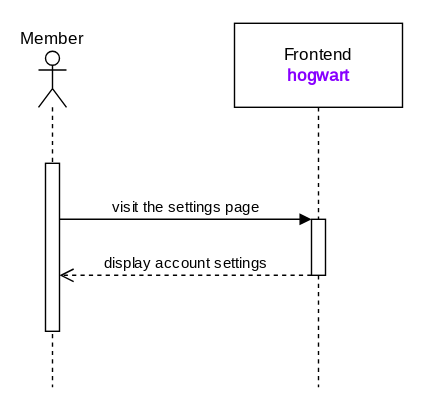
The draw.io diagram documentation/course/e2/images/sequence-diagram-jobberknoll-settings.drawio.svg in PWR-ACS-SE-24/SoftwareSystemDesign, before a commit. Source tidied: cells renumbered, new cells last; positions are measured from the earlier drawing's top-left corner, leaving out a move shared by most shapes. Source of this version:
```xml
<mxGraphModel>
  <root>
    <mxCell id="0" />
    <mxCell id="1" parent="0" />
    <mxCell id="2" value="&lt;div&gt;Frontend&lt;/div&gt;&lt;div&gt;&lt;b&gt;&lt;font color=&quot;#8800ff&quot;&gt;hogwart&lt;/font&gt;&lt;/b&gt;&lt;br&gt;&lt;/div&gt;" style="shape=umlLifeline;perimeter=lifelinePerimeter;whiteSpace=wrap;html=1;newEdgeStyle={&quot;curved&quot;:0,&quot;rounded&quot;:0};size=60;fontFamily=JetBrains Mono;fontSource=https%3A%2F%2Ffonts.googleapis.com%2Fcss%3Ffamily%3DJetBrains%2BMono;" parent="1" vertex="1">
      <mxGeometry x="140" width="120" height="260" as="geometry" />
    </mxCell>
    <mxCell id="3" style="html=1;points=[[0,0,0,0,5],[0,1,0,0,-5],[1,0,0,0,5],[1,1,0,0,-5]];perimeter=orthogonalPerimeter;outlineConnect=0;targetShapes=umlLifeline;portConstraint=eastwest;newEdgeStyle={&quot;curved&quot;:0,&quot;rounded&quot;:0};fontFamily=JetBrains Mono;fontSource=https%3A%2F%2Ffonts.googleapis.com%2Fcss%3Ffamily%3DJetBrains%2BMono;" parent="2" vertex="1">
      <mxGeometry x="55" y="140" width="10" height="40" as="geometry" />
    </mxCell>
    <mxCell id="4" value="Member" style="shape=umlLifeline;perimeter=lifelinePerimeter;whiteSpace=wrap;html=1;newEdgeStyle={&quot;curved&quot;:0,&quot;rounded&quot;:0};participant=umlActor;labelPosition=center;verticalLabelPosition=top;align=center;verticalAlign=bottom;fontFamily=JetBrains Mono;fontSource=https%3A%2F%2Ffonts.googleapis.com%2Fcss%3Ffamily%3DJetBrains%2BMono;" parent="1" vertex="1">
      <mxGeometry y="20" width="20" height="240" as="geometry" />
    </mxCell>
    <mxCell id="5" style="html=1;points=[[0,0,0,0,5],[0,1,0,0,-5],[1,0,0,0,5],[1,1,0,0,-5]];perimeter=orthogonalPerimeter;outlineConnect=0;targetShapes=umlLifeline;portConstraint=eastwest;newEdgeStyle={&quot;curved&quot;:0,&quot;rounded&quot;:0};fontFamily=JetBrains Mono;fontSource=https%3A%2F%2Ffonts.googleapis.com%2Fcss%3Ffamily%3DJetBrains%2BMono;" parent="4" vertex="1">
      <mxGeometry x="5" y="80" width="10" height="120" as="geometry" />
    </mxCell>
    <mxCell id="6" value="visit the settings page" style="html=1;verticalAlign=bottom;endArrow=block;curved=0;rounded=0;fontFamily=JetBrains Mono;fontSource=https%3A%2F%2Ffonts.googleapis.com%2Fcss%3Ffamily%3DJetBrains%2BMono;" parent="1" edge="1" source="5" target="3">
      <mxGeometry relative="1" as="geometry">
        <Array as="points">
          <mxPoint x="120" y="140" />
        </Array>
      </mxGeometry>
    </mxCell>
    <mxCell id="7" value="display account settings" style="html=1;verticalAlign=bottom;endArrow=open;dashed=1;endSize=8;curved=0;rounded=0;fontFamily=JetBrains Mono;fontSource=https%3A%2F%2Ffonts.googleapis.com%2Fcss%3Ffamily%3DJetBrains%2BMono;" parent="1" edge="1" source="3" target="5">
      <mxGeometry relative="1" as="geometry">
        <Array as="points">
          <mxPoint x="110" y="180" />
        </Array>
      </mxGeometry>
    </mxCell>
  </root>
</mxGraphModel>
```
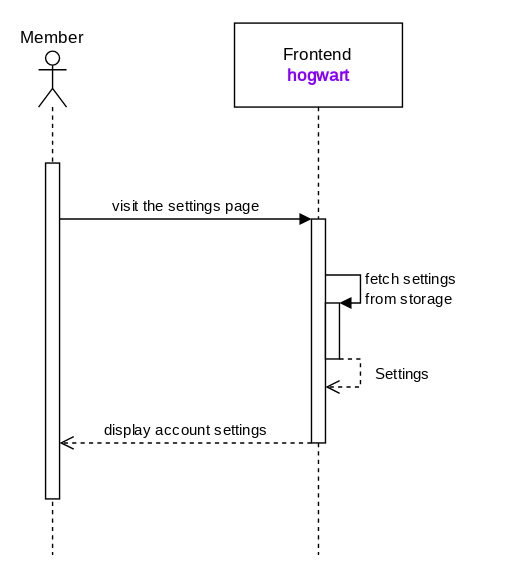
Later version of the same file.

What changed in the source:
```diff
@@ -3,16 +3,36 @@
     <mxCell id="0" />
     <mxCell id="1" parent="0" />
     <mxCell id="2" value="&lt;div&gt;Frontend&lt;/div&gt;&lt;div&gt;&lt;b&gt;&lt;font color=&quot;#8800ff&quot;&gt;hogwart&lt;/font&gt;&lt;/b&gt;&lt;br&gt;&lt;/div&gt;" style="shape=umlLifeline;perimeter=lifelinePerimeter;whiteSpace=wrap;html=1;newEdgeStyle={&quot;curved&quot;:0,&quot;rounded&quot;:0};size=60;fontFamily=JetBrains Mono;fontSource=https%3A%2F%2Ffonts.googleapis.com%2Fcss%3Ffamily%3DJetBrains%2BMono;" parent="1" vertex="1">
-      <mxGeometry x="140" width="120" height="260" as="geometry" />
+      <mxGeometry x="140" width="120" height="380" as="geometry" />
     </mxCell>
     <mxCell id="3" style="html=1;points=[[0,0,0,0,5],[0,1,0,0,-5],[1,0,0,0,5],[1,1,0,0,-5]];perimeter=orthogonalPerimeter;outlineConnect=0;targetShapes=umlLifeline;portConstraint=eastwest;newEdgeStyle={&quot;curved&quot;:0,&quot;rounded&quot;:0};fontFamily=JetBrains Mono;fontSource=https%3A%2F%2Ffonts.googleapis.com%2Fcss%3Ffamily%3DJetBrains%2BMono;" parent="2" vertex="1">
-      <mxGeometry x="55" y="140" width="10" height="40" as="geometry" />
+      <mxGeometry x="55" y="140" width="10" height="160" as="geometry" />
     </mxCell>
+    <mxCell id="8" style="html=1;points=[[0,0,0,0,5],[0,1,0,0,-5],[1,0,0,0,5],[1,1,0,0,-5]];perimeter=orthogonalPerimeter;outlineConnect=0;targetShapes=umlLifeline;portConstraint=eastwest;newEdgeStyle={&quot;curved&quot;:0,&quot;rounded&quot;:0};fontFamily=JetBrains Mono;fontSource=https%3A%2F%2Ffonts.googleapis.com%2Fcss%3Ffamily%3DJetBrains%2BMono;" parent="2" vertex="1">
+      <mxGeometry x="65" y="200" width="10" height="40" as="geometry" />
+    </mxCell>
+    <mxCell id="9" value="&lt;div&gt;fetch settings&lt;/div&gt;&lt;div&gt;from storage&lt;br&gt;&lt;/div&gt;" style="html=1;align=left;spacingLeft=2;endArrow=block;rounded=0;edgeStyle=orthogonalEdgeStyle;curved=0;rounded=0;fontFamily=JetBrains Mono;fontSource=https%3A%2F%2Ffonts.googleapis.com%2Fcss%3Ffamily%3DJetBrains%2BMono;" parent="2" edge="1" source="3" target="8">
+      <mxGeometry x="0.17" relative="1" as="geometry">
+        <Array as="points">
+          <mxPoint x="90" y="180" />
+          <mxPoint x="90" y="200" />
+        </Array>
+      </mxGeometry>
+    </mxCell>
+    <mxCell id="10" value="Settings" style="html=1;verticalAlign=bottom;endArrow=open;dashed=1;endSize=8;curved=0;rounded=0;fontFamily=JetBrains Mono;fontSource=https%3A%2F%2Ffonts.googleapis.com%2Fcss%3Ffamily%3DJetBrains%2BMono;" parent="2" edge="1" source="8" target="3">
+      <mxGeometry x="0.17" y="-30" relative="1" as="geometry">
+        <Array as="points">
+          <mxPoint x="90" y="240" />
+          <mxPoint x="90" y="260" />
+        </Array>
+        <mxPoint x="30" y="30" as="offset" />
+      </mxGeometry>
+    </mxCell>
     <mxCell id="4" value="Member" style="shape=umlLifeline;perimeter=lifelinePerimeter;whiteSpace=wrap;html=1;newEdgeStyle={&quot;curved&quot;:0,&quot;rounded&quot;:0};participant=umlActor;labelPosition=center;verticalLabelPosition=top;align=center;verticalAlign=bottom;fontFamily=JetBrains Mono;fontSource=https%3A%2F%2Ffonts.googleapis.com%2Fcss%3Ffamily%3DJetBrains%2BMono;" parent="1" vertex="1">
-      <mxGeometry y="20" width="20" height="240" as="geometry" />
+      <mxGeometry y="20" width="20" height="360" as="geometry" />
     </mxCell>
     <mxCell id="5" style="html=1;points=[[0,0,0,0,5],[0,1,0,0,-5],[1,0,0,0,5],[1,1,0,0,-5]];perimeter=orthogonalPerimeter;outlineConnect=0;targetShapes=umlLifeline;portConstraint=eastwest;newEdgeStyle={&quot;curved&quot;:0,&quot;rounded&quot;:0};fontFamily=JetBrains Mono;fontSource=https%3A%2F%2Ffonts.googleapis.com%2Fcss%3Ffamily%3DJetBrains%2BMono;" parent="4" vertex="1">
-      <mxGeometry x="5" y="80" width="10" height="120" as="geometry" />
+      <mxGeometry x="5" y="80" width="10" height="240" as="geometry" />
     </mxCell>
     <mxCell id="6" value="visit the settings page" style="html=1;verticalAlign=bottom;endArrow=block;curved=0;rounded=0;fontFamily=JetBrains Mono;fontSource=https%3A%2F%2Ffonts.googleapis.com%2Fcss%3Ffamily%3DJetBrains%2BMono;" parent="1" edge="1" source="5" target="3">
       <mxGeometry relative="1" as="geometry">
@@ -24,7 +44,7 @@
     <mxCell id="7" value="display account settings" style="html=1;verticalAlign=bottom;endArrow=open;dashed=1;endSize=8;curved=0;rounded=0;fontFamily=JetBrains Mono;fontSource=https%3A%2F%2Ffonts.googleapis.com%2Fcss%3Ffamily%3DJetBrains%2BMono;" parent="1" edge="1" source="3" target="5">
       <mxGeometry relative="1" as="geometry">
         <Array as="points">
-          <mxPoint x="110" y="180" />
+          <mxPoint x="120" y="300" />
         </Array>
       </mxGeometry>
     </mxCell>
```
